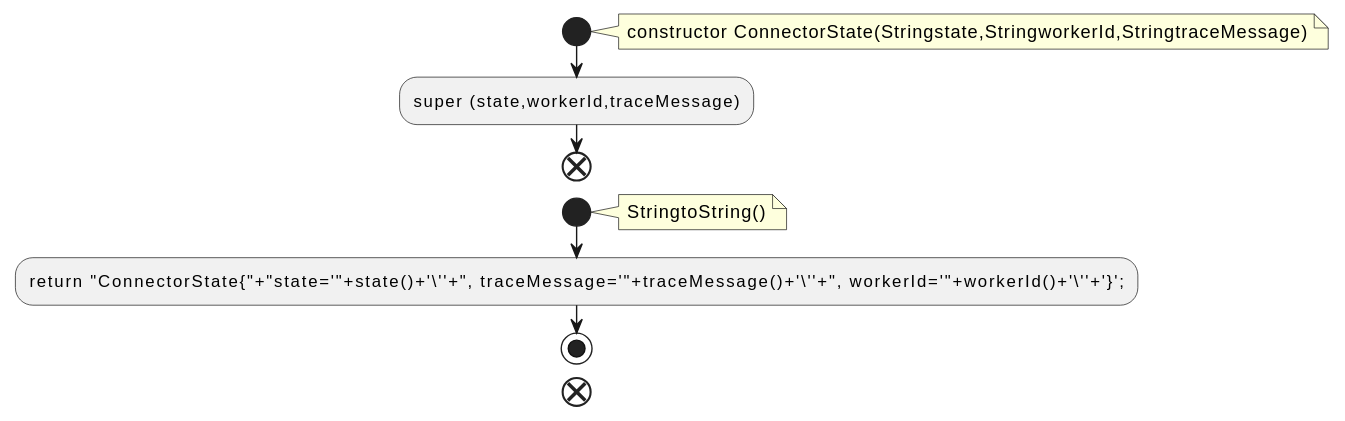
Before: docs/qc/connect/api/src/main/java/org/apache/kafka/connect/health/ConnectorState.java.fct.svg, a diagram exported from PlantUML (qualitesys/kafka).
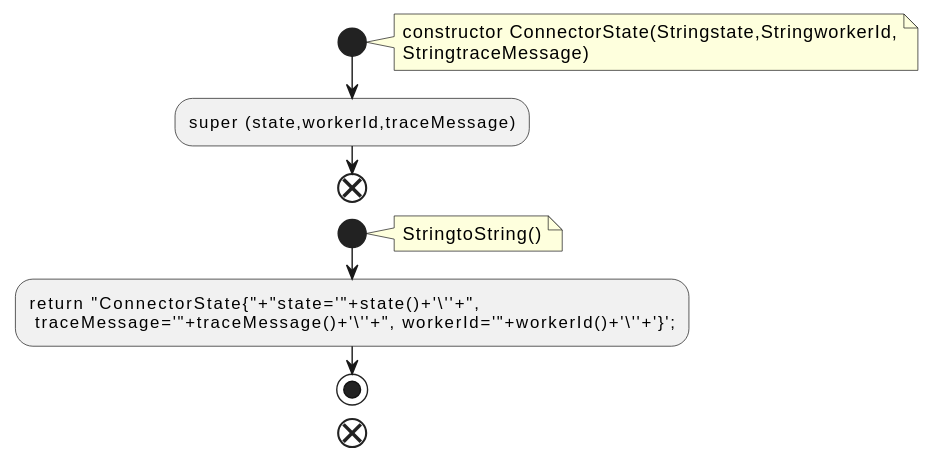
The same diagram one commit later.

What changed in the source:
```diff
@@ -2,7 +2,8 @@
 !pragma layout smetana
 start
 note right
-constructor ConnectorState(Stringstate,StringworkerId,StringtraceMessage)
+constructor ConnectorState(Stringstate,StringworkerId,
+StringtraceMessage)
 end note
 :super (state,workerId,traceMessage);
 end
@@ -10,7 +11,8 @@
 note right
 StringtoString()
 end note
-:return "ConnectorState{"+"state='"+state()+'\''+", traceMessage='"+traceMessage()+'\''+", workerId='"+workerId()+'\''+'}';;
+:return "ConnectorState{"+"state='"+state()+'\''+",
+ traceMessage='"+traceMessage()+'\''+", workerId='"+workerId()+'\''+'}';;
 stop
 end
 @enduml
```
